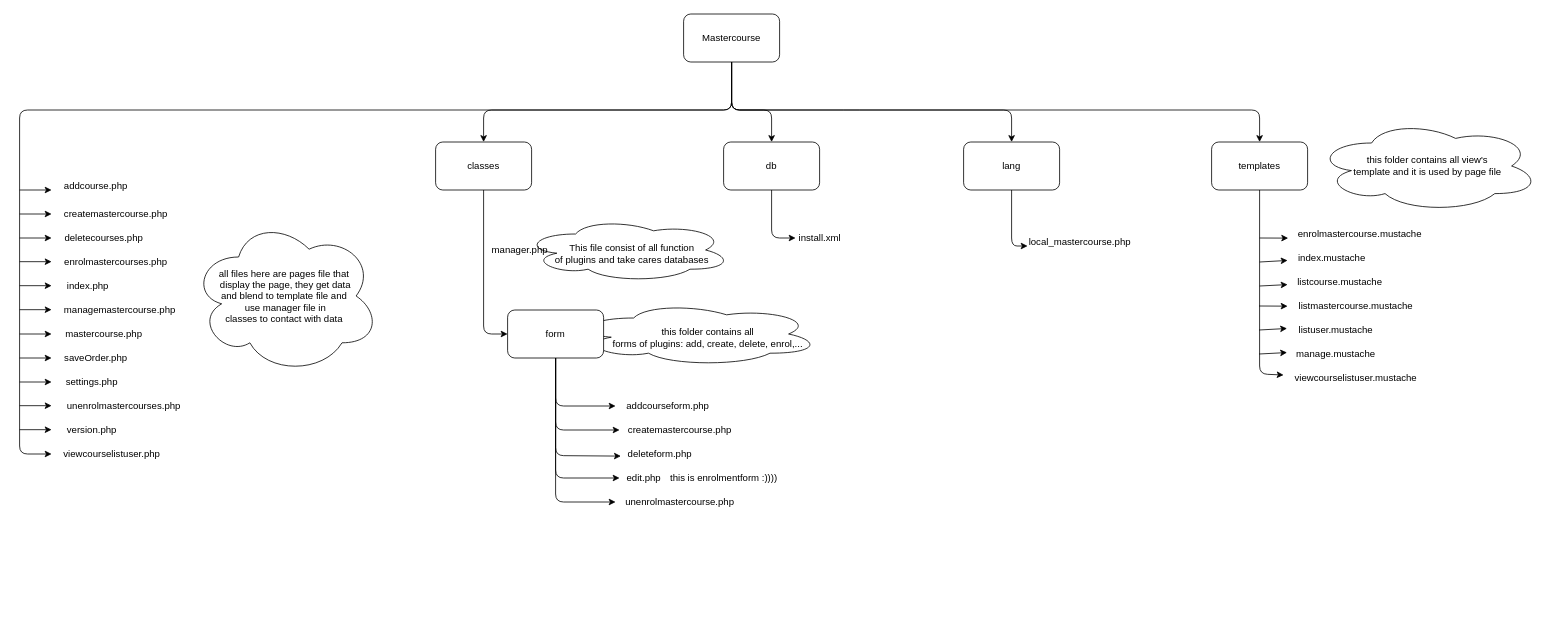
Hieu271101/mastercourse_moodle keeps this draw.io diagram as mastercourse_structure.drawio. Above is the earlier version. Source tidied: cells renumbered, new cells numbered last; positions are measured from the earlier drawing's top-left corner, leaving out a move shared by most shapes. Both pictures are drawn from the tidied source at 80%, with x=0, y=0 at pixel (19, 14).
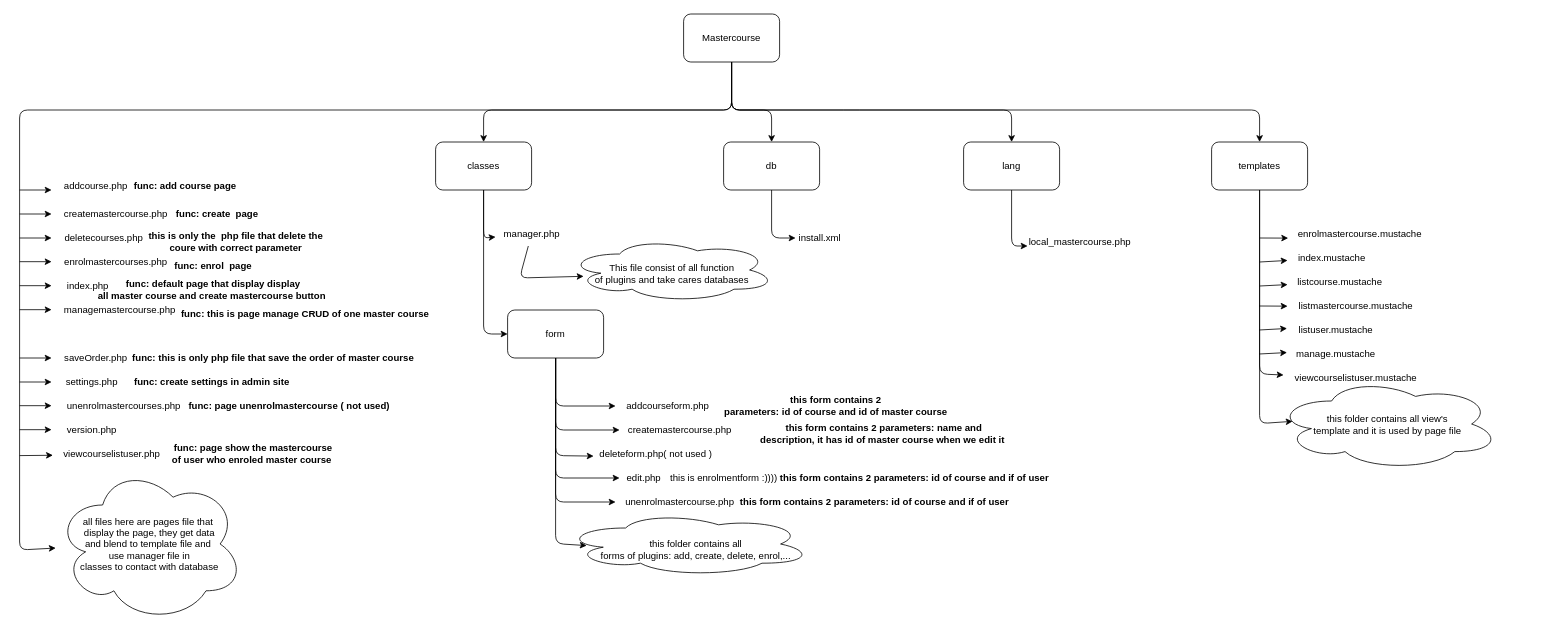
Above is the later version.

The change refers to these unchanged cells:
```xml
<mxCell id="9" value="Mastercourse" style="rounded=1;whiteSpace=wrap;html=1;" parent="1" vertex="1">
  <mxGeometry x="830" width="120" height="60" as="geometry" />
</mxCell>
<mxCell id="11" value="classes" style="rounded=1;whiteSpace=wrap;html=1;" parent="1" vertex="1">
  <mxGeometry x="520" y="160" width="120" height="60" as="geometry" />
</mxCell>
<mxCell id="17" value="templates" style="rounded=1;whiteSpace=wrap;html=1;" parent="1" vertex="1">
  <mxGeometry x="1490" y="160" width="120" height="60" as="geometry" />
</mxCell>
<mxCell id="23" value="form" style="rounded=1;whiteSpace=wrap;html=1;" parent="1" vertex="1">
  <mxGeometry x="610" y="370" width="120" height="60" as="geometry" />
</mxCell>
<mxCell id="35" value="viewcourselistuser.php" style="text;html=1;align=center;verticalAlign=middle;points=[];strokeColor=none;fillColor=none;" parent="1" vertex="1">
  <mxGeometry x="45" y="535" width="140" height="30" as="geometry" />
</mxCell>
```

The edit, as a diff of the source:
```diff
@@
     <mxCell id="2" style="ellipse;shape=cloud;whiteSpace=wrap;html=1;" parent="1" vertex="1">
-      <mxGeometry x="630" y="255" width="260" height="80" as="geometry" />
+      <mxGeometry x="685" y="280" width="260" height="80" as="geometry" />
     </mxCell>
     <mxCell id="3" style="ellipse;shape=cloud;whiteSpace=wrap;html=1;" parent="1" vertex="1">
-      <mxGeometry x="690" y="360" width="310" height="80" as="geometry" />
+      <mxGeometry x="680" y="622.5" width="310" height="80" as="geometry" />
     </mxCell>
@@
-    <mxCell id="8" style="edgeStyle=none;html=1;" parent="1" edge="1" source="9">
+    <mxCell id="8" style="edgeStyle=none;html=1;" parent="1" edge="1" source="9" target="71">
       <mxGeometry relative="1" as="geometry">
-        <mxPoint x="40" y="550" as="targetPoint" />
         <Array as="points">
           <mxPoint x="890" y="120" />
           <mxPoint y="120" />
-          <mxPoint y="550" />
+          <mxPoint y="670" />
         </Array>
       </mxGeometry>
     </mxCell>
@@
+    <mxCell id="73" style="edgeStyle=none;html=1;" parent="1" edge="1" source="11" target="36">
+      <mxGeometry relative="1" as="geometry">
+        <Array as="points">
+          <mxPoint x="580" y="280" />
+        </Array>
+      </mxGeometry>
+    </mxCell>
@@
+    <mxCell id="74" style="edgeStyle=none;html=1;entryX=0.076;entryY=0.471;entryDx=0;entryDy=0;entryPerimeter=0;" parent="1" edge="1" source="17" target="70">
+      <mxGeometry relative="1" as="geometry">
+        <Array as="points">
+          <mxPoint x="1550" y="512" />
+        </Array>
+      </mxGeometry>
+    </mxCell>
@@
+    <mxCell id="75" style="edgeStyle=none;html=1;entryX=0.093;entryY=0.525;entryDx=0;entryDy=0;entryPerimeter=0;" parent="1" edge="1" source="23" target="3">
+      <mxGeometry relative="1" as="geometry">
+        <Array as="points">
+          <mxPoint x="670" y="662" />
+        </Array>
+      </mxGeometry>
+    </mxCell>
@@
-    <mxCell id="30" value="mastercourse.php" style="text;html=1;align=center;verticalAlign=middle;strokeColor=none;fillColor=none;" parent="1" vertex="1">
-      <mxGeometry x="45" y="385" width="120" height="30" as="geometry" />
-    </mxCell>
@@
+    <mxCell id="76" style="edgeStyle=none;html=1;" parent="1" edge="1" source="36" target="68">
+      <mxGeometry relative="1" as="geometry">
+        <Array as="points">
+          <mxPoint x="625" y="330" />
+        </Array>
+      </mxGeometry>
+    </mxCell>
     <mxCell id="36" value="manager.php" style="text;html=1;align=center;verticalAlign=middle;points=[];strokeColor=none;fillColor=none;" parent="1" vertex="1">
-      <mxGeometry x="580" y="280" width="90" height="30" as="geometry" />
+      <mxGeometry x="595" y="260" width="90" height="30" as="geometry" />
     </mxCell>
@@
-    <mxCell id="39" value="deleteform.php" style="text;html=1;align=center;verticalAlign=middle;points=[];strokeColor=none;fillColor=none;" parent="1" vertex="1">
-      <mxGeometry x="750" y="535" width="100" height="30" as="geometry" />
+    <mxCell id="39" value="deleteform.php( not used )" style="text;html=1;align=center;verticalAlign=middle;points=[];strokeColor=none;fillColor=none;" parent="1" vertex="1">
+      <mxGeometry x="715" y="535" width="160" height="30" as="geometry" />
     </mxCell>
@@
-    <mxCell id="57" style="endArrow=classic;html=1;" parent="1" edge="1">
-      <mxGeometry relative="1" as="geometry">
-        <mxPoint y="400" as="sourcePoint" />
-        <mxPoint x="40" y="400" as="targetPoint" />
-      </mxGeometry>
-    </mxCell>
@@
     <mxCell id="68" value="This file consist of all function &lt;br&gt;of plugins and take cares databases" style="text;html=1;align=center;verticalAlign=middle;points=[];strokeColor=none;fillColor=none;" parent="1" vertex="1">
-      <mxGeometry x="655" y="280" width="220" height="40" as="geometry" />
+      <mxGeometry x="705" y="305" width="220" height="40" as="geometry" />
     </mxCell>
     <mxCell id="69" value="this folder contains all &lt;br&gt;forms of plugins: add, create, delete, enrol,..." style="text;html=1;align=center;verticalAlign=middle;strokeColor=none;fillColor=none;" parent="1" vertex="1">
-      <mxGeometry x="730" y="385" width="260" height="40" as="geometry" />
+      <mxGeometry x="715" y="650" width="260" height="40" as="geometry" />
     </mxCell>
     <mxCell id="70" value="this folder contains all view's &lt;br&gt;template and it is used by page file" style="ellipse;shape=cloud;whiteSpace=wrap;html=1;" parent="1" vertex="1">
-      <mxGeometry x="1620" y="132.5" width="280" height="115" as="geometry" />
+      <mxGeometry x="1570" y="455" width="280" height="115" as="geometry" />
     </mxCell>
-    <mxCell id="71" value="all files here are pages file that&amp;nbsp;&lt;br&gt;display the page, they get data&lt;br&gt;and blend to template file and&amp;nbsp;&lt;br&gt;use manager file in &lt;br&gt;classes to contact with data&amp;nbsp;" style="ellipse;shape=cloud;whiteSpace=wrap;html=1;" parent="1" vertex="1">
-      <mxGeometry x="215" y="255" width="235" height="195" as="geometry" />
+    <mxCell id="71" value="all files here are pages file that&amp;nbsp;&lt;br&gt;display the page, they get data&lt;br&gt;and blend to template file and&amp;nbsp;&lt;br&gt;use manager file in &lt;br&gt;classes to contact with database" style="ellipse;shape=cloud;whiteSpace=wrap;html=1;" parent="1" vertex="1">
+      <mxGeometry x="45" y="565" width="235" height="195" as="geometry" />
     </mxCell>
@@
+    <mxCell id="77" style="endArrow=classic;html=1;entryX=-0.024;entryY=0.553;entryDx=0;entryDy=0;entryPerimeter=0;" parent="1" edge="1" target="35">
+      <mxGeometry relative="1" as="geometry">
+        <mxPoint y="552" as="sourcePoint" />
+      </mxGeometry>
+    </mxCell>
+    <mxCell id="78" value="&lt;b&gt;&amp;nbsp;func: add course page&lt;/b&gt;" style="text;html=1;align=center;verticalAlign=middle;strokeColor=none;fillColor=none;" parent="1" vertex="1">
+      <mxGeometry x="130" y="200" width="150" height="30" as="geometry" />
+    </mxCell>
+    <mxCell id="79" value="&lt;b&gt;&amp;nbsp;func: create&amp;nbsp; page&lt;/b&gt;" style="text;html=1;align=center;verticalAlign=middle;strokeColor=none;fillColor=none;" parent="1" vertex="1">
+      <mxGeometry x="180" y="235" width="130" height="30" as="geometry" />
+    </mxCell>
+    <mxCell id="80" value="&lt;b&gt;this is only the&amp;nbsp; php file that delete the &lt;br&gt;coure with correct parameter&lt;/b&gt;" style="text;html=1;align=center;verticalAlign=middle;strokeColor=none;fillColor=none;" parent="1" vertex="1">
+      <mxGeometry x="150" y="265" width="240" height="40" as="geometry" />
+    </mxCell>
+    <mxCell id="81" value="&lt;b&gt;&amp;nbsp;func: enrol&amp;nbsp; page&lt;/b&gt;" style="text;html=1;align=center;verticalAlign=middle;strokeColor=none;fillColor=none;" parent="1" vertex="1">
+      <mxGeometry x="180" y="300" width="120" height="30" as="geometry" />
+    </mxCell>
+    <mxCell id="82" value="&lt;b&gt;&amp;nbsp;func: default page that display display &lt;br&gt;all master course and create&amp;nbsp;mastercourse button&lt;/b&gt;" style="text;html=1;align=center;verticalAlign=middle;strokeColor=none;fillColor=none;" parent="1" vertex="1">
+      <mxGeometry x="85" y="325" width="310" height="40" as="geometry" />
+    </mxCell>
+    <mxCell id="83" value="&lt;b&gt;&amp;nbsp;func: this is page manage CRUD of one master course&lt;br&gt;&lt;/b&gt;" style="text;html=1;align=center;verticalAlign=middle;strokeColor=none;fillColor=none;" parent="1" vertex="1">
+      <mxGeometry x="185" y="360" width="340" height="30" as="geometry" />
+    </mxCell>
+    <mxCell id="84" value="&lt;b&gt;&amp;nbsp;func: this is only php file that save the order of master course&lt;br&gt;&lt;/b&gt;" style="text;html=1;align=center;verticalAlign=middle;strokeColor=none;fillColor=none;" parent="1" vertex="1">
+      <mxGeometry x="125" y="415" width="380" height="30" as="geometry" />
+    </mxCell>
+    <mxCell id="85" value="&lt;b&gt;&amp;nbsp;func: create settings in admin site&amp;nbsp;&lt;br&gt;&lt;/b&gt;" style="text;html=1;align=center;verticalAlign=middle;strokeColor=none;fillColor=none;" parent="1" vertex="1">
+      <mxGeometry x="130" y="445" width="220" height="30" as="geometry" />
+    </mxCell>
+    <mxCell id="86" value="&lt;b&gt;&amp;nbsp;func: page unenrolmastercourse ( not used)&lt;br&gt;&lt;/b&gt;" style="text;html=1;align=center;verticalAlign=middle;strokeColor=none;fillColor=none;" parent="1" vertex="1">
+      <mxGeometry x="195" y="475" width="280" height="30" as="geometry" />
+    </mxCell>
+    <mxCell id="87" value="&lt;b&gt;&amp;nbsp;func: page show the mastercourse &lt;br&gt;of user who enroled master course&lt;br&gt;&lt;/b&gt;" style="text;html=1;align=center;verticalAlign=middle;strokeColor=none;fillColor=none;" parent="1" vertex="1">
+      <mxGeometry x="180" y="530" width="220" height="40" as="geometry" />
+    </mxCell>
+    <mxCell id="88" value="&lt;b&gt;this form contains 2 &lt;br&gt;parameters: id of course and id of master course&lt;br&gt;&lt;/b&gt;" style="text;html=1;align=center;verticalAlign=middle;strokeColor=none;fillColor=none;" parent="1" vertex="1">
+      <mxGeometry x="870" y="470" width="300" height="40" as="geometry" />
+    </mxCell>
+    <mxCell id="89" value="&lt;b&gt;this form contains 2 parameters: name and &lt;br&gt;description, it has id of master course when we edit it&amp;nbsp;&lt;br&gt;&lt;/b&gt;" style="text;html=1;align=center;verticalAlign=middle;strokeColor=none;fillColor=none;" parent="1" vertex="1">
+      <mxGeometry x="915" y="505" width="330" height="40" as="geometry" />
+    </mxCell>
+    <mxCell id="90" value="&lt;b&gt;this form contains 2 parameters: id of course and if of user&amp;nbsp;&lt;br&gt;&lt;/b&gt;" style="text;html=1;align=center;verticalAlign=middle;strokeColor=none;fillColor=none;" parent="1" vertex="1">
+      <mxGeometry x="940" y="565" width="360" height="30" as="geometry" />
+    </mxCell>
+    <mxCell id="91" value="&lt;b&gt;this form contains 2 parameters: id of course and if of user&amp;nbsp;&lt;br&gt;&lt;/b&gt;" style="text;html=1;align=center;verticalAlign=middle;strokeColor=none;fillColor=none;" parent="1" vertex="1">
+      <mxGeometry x="890" y="595" width="360" height="30" as="geometry" />
+    </mxCell>
```
